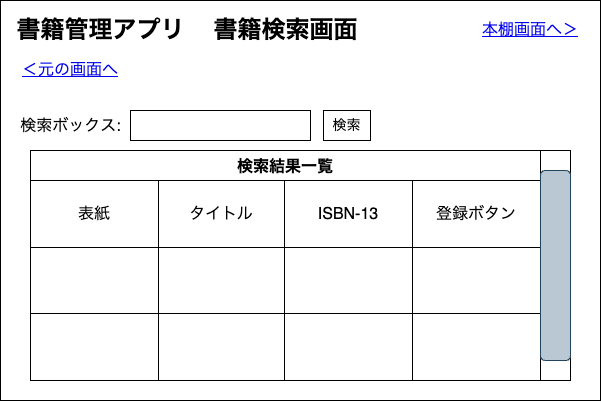
This is img/BookSearchScreen.drawio.png from 2023AIT-OOP2-G08/GroupWork, a draw.io export, as it was before one commit. Source tidied: cells renumbered, new cells last; positions are measured from the earlier drawing's top-left corner, leaving out a move shared by most shapes.
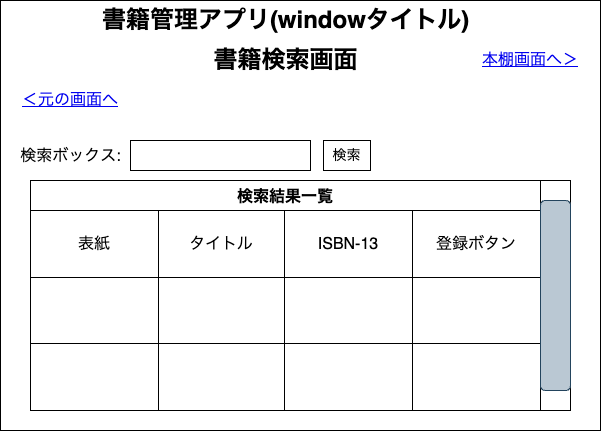
After the commit.

The edit, as a diff of the source:
```diff
@@ -3,13 +3,13 @@
     <mxCell id="0" />
     <mxCell id="1" parent="0" />
     <mxCell id="2" style="rounded=0;whiteSpace=wrap;html=1;" parent="1" vertex="1">
-      <mxGeometry width="600" height="400" as="geometry" />
+      <mxGeometry y="-30" width="600" height="430" as="geometry" />
     </mxCell>
     <mxCell id="3" value="書籍検索画面" style="text;strokeColor=none;fillColor=none;html=1;fontSize=24;fontStyle=1;verticalAlign=middle;align=center;" parent="1" vertex="1">
       <mxGeometry x="235" y="10" width="100" height="40" as="geometry" />
     </mxCell>
-    <mxCell id="4" value="書籍管理アプリ" style="text;strokeColor=none;fillColor=none;html=1;fontSize=24;fontStyle=1;verticalAlign=middle;align=center;" parent="1" vertex="1">
-      <mxGeometry x="50" y="10" width="100" height="40" as="geometry" />
+    <mxCell id="4" value="書籍管理アプリ(windowタイトル)" style="text;strokeColor=none;fillColor=none;html=1;fontSize=24;fontStyle=1;verticalAlign=middle;align=center;" parent="1" vertex="1">
+      <mxGeometry x="235" y="-30" width="100" height="40" as="geometry" />
     </mxCell>
     <mxCell id="5" style="rounded=0;whiteSpace=wrap;html=1;" parent="1" vertex="1">
       <mxGeometry x="130" y="110" width="180" height="30" as="geometry" />
```
